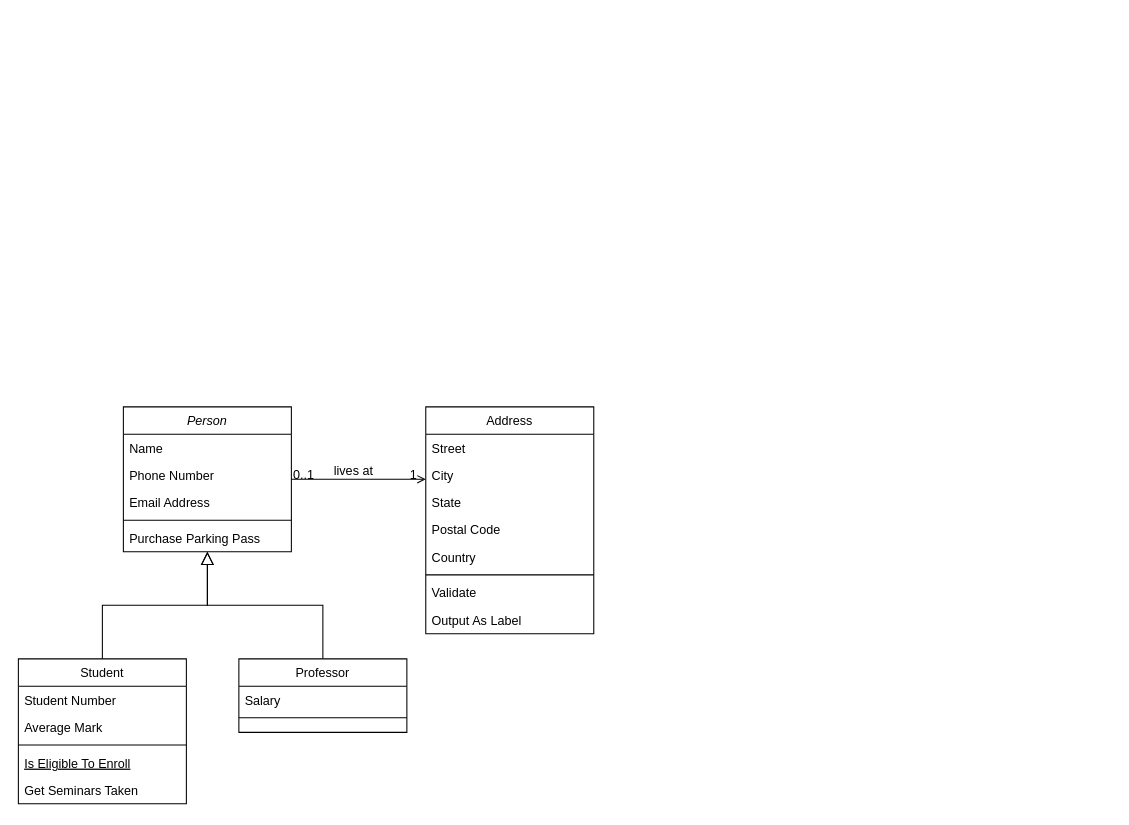
Earlier version of the draw.io diagram Untitled Diagram.drawio (hkulas/intro-to-github). Source tidied: cells renumbered, new cells numbered last; positions are measured from the earlier drawing's top-left corner, leaving out a move shared by most shapes. Both pictures are drawn from the tidied source at 105%, with x=0, y=0 at pixel (18, 406).
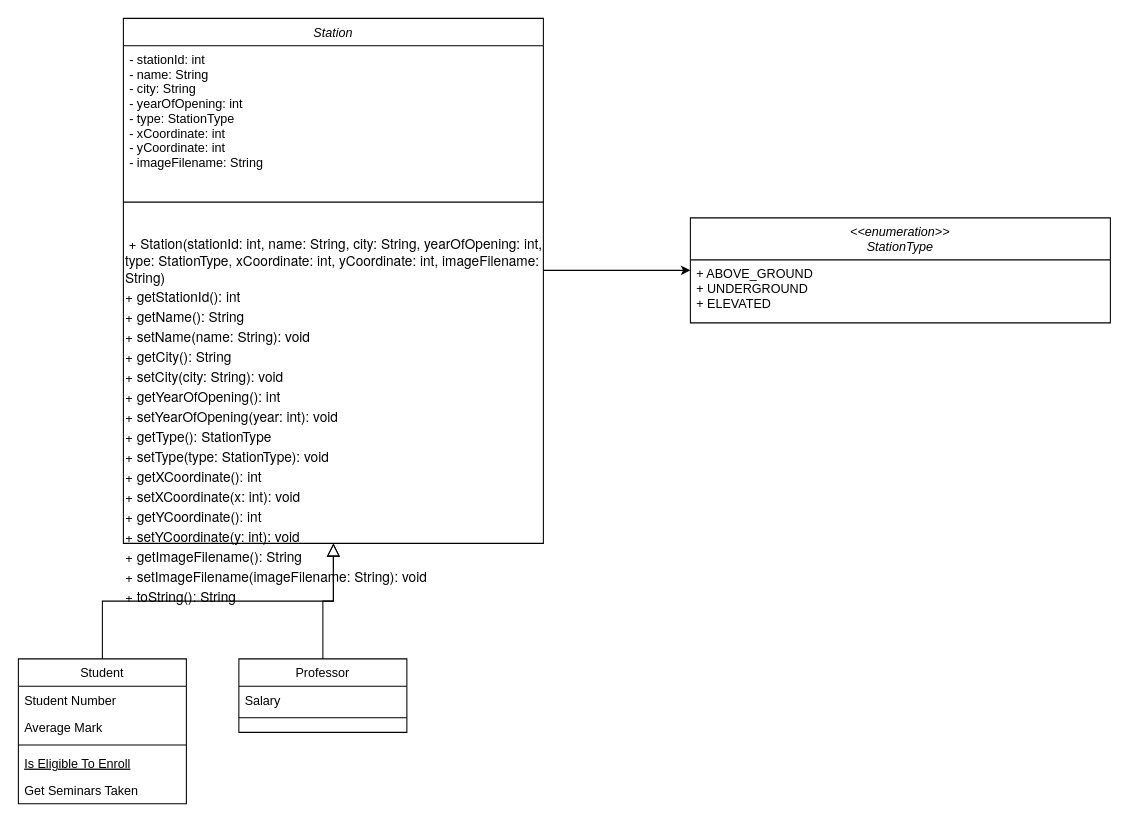
After the change.

What changed in the source:
```diff
@@
-    <mxCell id="2" value="Person" style="swimlane;fontStyle=2;align=center;verticalAlign=top;horizontal=1;startSize=26;rounded=0;shadow=0;strokeWidth=1;" parent="1" vertex="1">
-      <mxGeometry x="100" width="160" height="138" as="geometry" />
+    <mxCell id="2" value="Station" style="swimlane;fontStyle=2;align=center;verticalAlign=top;horizontal=1;startSize=26;rounded=0;shadow=0;strokeWidth=1;" parent="1" vertex="1">
+      <mxGeometry x="100" y="-370" width="400" height="500" as="geometry" />
     </mxCell>
-    <mxCell id="3" value="Name" style="text;align=left;verticalAlign=top;spacingLeft=4;spacingRight=4;overflow=hidden;" parent="2" vertex="1">
-      <mxGeometry y="26" width="160" height="26" as="geometry" />
+    <mxCell id="3" value="- stationId: int   &#10;- name: String   &#10;- city: String   &#10;- yearOfOpening: int   &#10;- type: StationType   &#10;- xCoordinate: int   &#10;- yCoordinate: int   &#10;- imageFilename: String" style="text;align=left;verticalAlign=top;spacingLeft=4;spacingRight=4;overflow=hidden;" parent="2" vertex="1">
+      <mxGeometry y="26" width="400" height="124" as="geometry" />
     </mxCell>
-    <mxCell id="4" value="Phone Number" style="text;align=left;verticalAlign=top;spacingLeft=4;spacingRight=4;overflow=hidden;rounded=0;shadow=0;html=0;" parent="2" vertex="1">
-      <mxGeometry y="52" width="160" height="26" as="geometry" />
-    </mxCell>
-    <mxCell id="5" value="Email Address" style="text;align=left;verticalAlign=top;spacingLeft=4;spacingRight=4;overflow=hidden;rounded=0;shadow=0;html=0;" parent="2" vertex="1">
-      <mxGeometry y="78" width="160" height="26" as="geometry" />
-    </mxCell>
-    <mxCell id="6" style="line;html=1;strokeWidth=1;align=left;verticalAlign=middle;spacingTop=-1;spacingLeft=3;spacingRight=3;labelPosition=right;" parent="2" vertex="1">
-      <mxGeometry y="104" width="160" height="8" as="geometry" />
-    </mxCell>
-    <mxCell id="7" value="Purchase Parking Pass" style="text;align=left;verticalAlign=top;spacingLeft=4;spacingRight=4;overflow=hidden;" parent="2" vertex="1">
-      <mxGeometry y="112" width="160" height="26" as="geometry" />
-    </mxCell>
+    <mxCell id="32" value="&lt;div style=&quot;forced-color-adjust: none; padding: 0px; margin: 0px;&quot;&gt;&lt;br style=&quot;forced-color-adjust: none; padding: 0px; margin: 0px; color: rgb(0, 0, 0); font-family: Helvetica; font-size: 12px; font-style: normal; font-variant-ligatures: normal; font-variant-caps: normal; font-weight: 400; letter-spacing: normal; orphans: 2; text-align: left; text-indent: 0px; text-transform: none; widows: 2; word-spacing: 0px; -webkit-text-stroke-width: 0px; white-space: nowrap; background-color: rgb(251, 251, 251); text-decoration-thickness: initial; text-decoration-style: initial; text-decoration-color: initial;&quot;&gt;&lt;/div&gt;" style="text;whiteSpace=wrap;html=1;" parent="2" vertex="1">
+      <mxGeometry y="150" width="400" as="geometry" />
+    </mxCell>
+    <mxCell id="33" style="line;html=1;strokeWidth=1;align=left;verticalAlign=middle;spacingTop=-1;spacingLeft=3;spacingRight=3;labelPosition=right;" parent="2" vertex="1">
+      <mxGeometry y="150" width="400" height="50" as="geometry" />
+    </mxCell>
+    <mxCell id="34" value="&amp;nbsp;&lt;span style=&quot;font-family: &amp;quot;Helvetica Neue&amp;quot;; font-size: 13px; background-color: initial;&quot;&gt;+ Station(stationId: int, name: String, city: String, yearOfOpening: int, type: StationType, xCoordinate: int, yCoordinate: int, imageFilename: String)&lt;/span&gt;&lt;span style=&quot;font-family: &amp;quot;Helvetica Neue&amp;quot;; font-size: 13px; background-color: initial;&quot; class=&quot;Apple-converted-space&quot;&gt;&amp;nbsp; &amp;nbsp;&lt;/span&gt;&lt;p style=&quot;margin: 0px; font-variant-numeric: normal; font-variant-east-asian: normal; font-variant-alternates: normal; font-kerning: auto; font-optical-sizing: auto; font-feature-settings: normal; font-variation-settings: normal; font-variant-position: normal; font-stretch: normal; font-size: 13px; line-height: normal; font-family: &amp;quot;Helvetica Neue&amp;quot;;&quot; class=&quot;p1&quot;&gt;+ getStationId(): int&lt;/p&gt;&lt;p style=&quot;margin: 0px; font-variant-numeric: normal; font-variant-east-asian: normal; font-variant-alternates: normal; font-kerning: auto; font-optical-sizing: auto; font-feature-settings: normal; font-variation-settings: normal; font-variant-position: normal; font-stretch: normal; font-size: 13px; line-height: normal; font-family: &amp;quot;Helvetica Neue&amp;quot;;&quot; class=&quot;p1&quot;&gt;+ getName(): String&lt;span class=&quot;Apple-converted-space&quot;&gt;&amp;nbsp;&lt;/span&gt;&lt;/p&gt;&lt;p style=&quot;margin: 0px; font-variant-numeric: normal; font-variant-east-asian: normal; font-variant-alternates: normal; font-kerning: auto; font-optical-sizing: auto; font-feature-settings: normal; font-variation-settings: normal; font-variant-position: normal; font-stretch: normal; font-size: 13px; line-height: normal; font-family: &amp;quot;Helvetica Neue&amp;quot;;&quot; class=&quot;p1&quot;&gt;+ setName(name: String): void &lt;span class=&quot;Apple-converted-space&quot;&gt;&amp;nbsp;&lt;/span&gt;&lt;/p&gt;&lt;p style=&quot;margin: 0px; font-variant-numeric: normal; font-variant-east-asian: normal; font-variant-alternates: normal; font-kerning: auto; font-optical-sizing: auto; font-feature-settings: normal; font-variation-settings: normal; font-variant-position: normal; font-stretch: normal; font-size: 13px; line-height: normal; font-family: &amp;quot;Helvetica Neue&amp;quot;;&quot; class=&quot;p1&quot;&gt;+ getCity(): String&lt;span class=&quot;Apple-converted-space&quot;&gt;&amp;nbsp; &amp;nbsp;&lt;/span&gt;&lt;/p&gt;&lt;p style=&quot;margin: 0px; font-variant-numeric: normal; font-variant-east-asian: normal; font-variant-alternates: normal; font-kerning: auto; font-optical-sizing: auto; font-feature-settings: normal; font-variation-settings: normal; font-variant-position: normal; font-stretch: normal; font-size: 13px; line-height: normal; font-family: &amp;quot;Helvetica Neue&amp;quot;;&quot; class=&quot;p1&quot;&gt;+ setCity(city: String): void&lt;span class=&quot;Apple-converted-space&quot;&gt;&amp;nbsp; &amp;nbsp;&lt;/span&gt;&lt;/p&gt;&lt;p style=&quot;margin: 0px; font-variant-numeric: normal; font-variant-east-asian: normal; font-variant-alternates: normal; font-kerning: auto; font-optical-sizing: auto; font-feature-settings: normal; font-variation-settings: normal; font-variant-position: normal; font-stretch: normal; font-size: 13px; line-height: normal; font-family: &amp;quot;Helvetica Neue&amp;quot;;&quot; class=&quot;p1&quot;&gt;+ getYearOfOpening(): int&lt;span class=&quot;Apple-converted-space&quot;&gt;&amp;nbsp; &amp;nbsp;&lt;/span&gt;&lt;/p&gt;&lt;p style=&quot;margin: 0px; font-variant-numeric: normal; font-variant-east-asian: normal; font-variant-alternates: normal; font-kerning: auto; font-optical-sizing: auto; font-feature-settings: normal; font-variation-settings: normal; font-variant-position: normal; font-stretch: normal; font-size: 13px; line-height: normal; font-family: &amp;quot;Helvetica Neue&amp;quot;;&quot; class=&quot;p1&quot;&gt;+ setYearOfOpening(year: int): void&lt;span class=&quot;Apple-converted-space&quot;&gt;&amp;nbsp; &amp;nbsp;&lt;/span&gt;&lt;/p&gt;&lt;p style=&quot;margin: 0px; font-variant-numeric: normal; font-variant-east-asian: normal; font-variant-alternates: normal; font-kerning: auto; font-optical-sizing: auto; font-feature-settings: normal; font-variation-settings: normal; font-variant-position: normal; font-stretch: normal; font-size: 13px; line-height: normal; font-family: &amp;quot;Helvetica Neue&amp;quot;;&quot; class=&quot;p1&quot;&gt;+ getType(): StationType&lt;span class=&quot;Apple-converted-space&quot;&gt;&amp;nbsp; &amp;nbsp;&lt;/span&gt;&lt;/p&gt;&lt;p style=&quot;margin: 0px; font-variant-numeric: normal; font-variant-east-asian: normal; font-variant-alternates: normal; font-kerning: auto; font-optical-sizing: auto; font-feature-settings: normal; font-variation-settings: normal; font-variant-position: normal; font-stretch: normal; font-size: 13px; line-height: normal; font-family: &amp;quot;Helvetica Neue&amp;quot;;&quot; class=&quot;p1&quot;&gt;+ setType(type: StationType): void&lt;span class=&quot;Apple-converted-space&quot;&gt;&amp;nbsp; &amp;nbsp;&lt;/span&gt;&lt;/p&gt;&lt;p style=&quot;margin: 0px; font-variant-numeric: normal; font-variant-east-asian: normal; font-variant-alternates: normal; font-kerning: auto; font-optical-sizing: auto; font-feature-settings: normal; font-variation-settings: normal; font-variant-position: normal; font-stretch: normal; font-size: 13px; line-height: normal; font-family: &amp;quot;Helvetica Neue&amp;quot;;&quot; class=&quot;p1&quot;&gt;+ getXCoordinate(): int&lt;span class=&quot;Apple-converted-space&quot;&gt;&amp;nbsp; &amp;nbsp;&lt;/span&gt;&lt;/p&gt;&lt;p style=&quot;margin: 0px; font-variant-numeric: normal; font-variant-east-asian: normal; font-variant-alternates: normal; font-kerning: auto; font-optical-sizing: auto; font-feature-settings: normal; font-variation-settings: normal; font-variant-position: normal; font-stretch: normal; font-size: 13px; line-height: normal; font-family: &amp;quot;Helvetica Neue&amp;quot;;&quot; class=&quot;p1&quot;&gt;+ setXCoordinate(x: int): void&lt;span class=&quot;Apple-converted-space&quot;&gt;&amp;nbsp; &amp;nbsp;&lt;/span&gt;&lt;/p&gt;&lt;p style=&quot;margin: 0px; font-variant-numeric: normal; font-variant-east-asian: normal; font-variant-alternates: normal; font-kerning: auto; font-optical-sizing: auto; font-feature-settings: normal; font-variation-settings: normal; font-variant-position: normal; font-stretch: normal; font-size: 13px; line-height: normal; font-family: &amp;quot;Helvetica Neue&amp;quot;;&quot; class=&quot;p1&quot;&gt;+ getYCoordinate(): int&lt;span class=&quot;Apple-converted-space&quot;&gt;&amp;nbsp; &amp;nbsp;&lt;/span&gt;&lt;/p&gt;&lt;p style=&quot;margin: 0px; font-variant-numeric: normal; font-variant-east-asian: normal; font-variant-alternates: normal; font-kerning: auto; font-optical-sizing: auto; font-feature-settings: normal; font-variation-settings: normal; font-variant-position: normal; font-stretch: normal; font-size: 13px; line-height: normal; font-family: &amp;quot;Helvetica Neue&amp;quot;;&quot; class=&quot;p1&quot;&gt;+ setYCoordinate(y: int): void&lt;span class=&quot;Apple-converted-space&quot;&gt;&amp;nbsp; &amp;nbsp;&lt;/span&gt;&lt;/p&gt;&lt;p style=&quot;margin: 0px; font-variant-numeric: normal; font-variant-east-asian: normal; font-variant-alternates: normal; font-kerning: auto; font-optical-sizing: auto; font-feature-settings: normal; font-variation-settings: normal; font-variant-position: normal; font-stretch: normal; font-size: 13px; line-height: normal; font-family: &amp;quot;Helvetica Neue&amp;quot;;&quot; class=&quot;p1&quot;&gt;+ getImageFilename(): String&lt;span class=&quot;Apple-converted-space&quot;&gt;&amp;nbsp; &amp;nbsp;&lt;/span&gt;&lt;/p&gt;&lt;p style=&quot;margin: 0px; font-variant-numeric: normal; font-variant-east-asian: normal; font-variant-alternates: normal; font-kerning: auto; font-optical-sizing: auto; font-feature-settings: normal; font-variation-settings: normal; font-variant-position: normal; font-stretch: normal; font-size: 13px; line-height: normal; font-family: &amp;quot;Helvetica Neue&amp;quot;;&quot; class=&quot;p1&quot;&gt;+ setImageFilename(imageFilename: String): void&lt;span class=&quot;Apple-converted-space&quot;&gt;&amp;nbsp; &amp;nbsp;&lt;/span&gt;&lt;/p&gt;&lt;p style=&quot;margin: 0px; font-variant-numeric: normal; font-variant-east-asian: normal; font-variant-alternates: normal; font-kerning: auto; font-optical-sizing: auto; font-feature-settings: normal; font-variation-settings: normal; font-variant-position: normal; font-stretch: normal; font-size: 13px; line-height: normal; font-family: &amp;quot;Helvetica Neue&amp;quot;;&quot; class=&quot;p1&quot;&gt;+ toString(): String&lt;/p&gt;" style="text;whiteSpace=wrap;html=1;" parent="2" vertex="1">
+      <mxGeometry y="200" width="400" height="300" as="geometry" />
+    </mxCell>
@@
-    <mxCell id="19" value="Address" style="swimlane;fontStyle=0;align=center;verticalAlign=top;horizontal=1;startSize=26;rounded=0;shadow=0;strokeWidth=1;" parent="1" vertex="1">
-      <mxGeometry x="388" width="160" height="216" as="geometry" />
-    </mxCell>
-    <mxCell id="20" value="Street" style="text;align=left;verticalAlign=top;spacingLeft=4;spacingRight=4;overflow=hidden;" parent="19" vertex="1">
-      <mxGeometry y="26" width="160" height="26" as="geometry" />
-    </mxCell>
-    <mxCell id="21" value="City" style="text;align=left;verticalAlign=top;spacingLeft=4;spacingRight=4;overflow=hidden;rounded=0;shadow=0;html=0;" parent="19" vertex="1">
-      <mxGeometry y="52" width="160" height="26" as="geometry" />
-    </mxCell>
-    <mxCell id="22" value="State" style="text;align=left;verticalAlign=top;spacingLeft=4;spacingRight=4;overflow=hidden;rounded=0;shadow=0;html=0;" parent="19" vertex="1">
-      <mxGeometry y="78" width="160" height="26" as="geometry" />
-    </mxCell>
-    <mxCell id="23" value="Postal Code" style="text;align=left;verticalAlign=top;spacingLeft=4;spacingRight=4;overflow=hidden;rounded=0;shadow=0;html=0;" parent="19" vertex="1">
-      <mxGeometry y="104" width="160" height="26" as="geometry" />
-    </mxCell>
-    <mxCell id="24" value="Country" style="text;align=left;verticalAlign=top;spacingLeft=4;spacingRight=4;overflow=hidden;rounded=0;shadow=0;html=0;" parent="19" vertex="1">
-      <mxGeometry y="130" width="160" height="26" as="geometry" />
-    </mxCell>
-    <mxCell id="25" style="line;html=1;strokeWidth=1;align=left;verticalAlign=middle;spacingTop=-1;spacingLeft=3;spacingRight=3;labelPosition=right;" parent="19" vertex="1">
-      <mxGeometry y="156" width="160" height="8" as="geometry" />
-    </mxCell>
-    <mxCell id="26" value="Validate" style="text;align=left;verticalAlign=top;spacingLeft=4;spacingRight=4;overflow=hidden;" parent="19" vertex="1">
-      <mxGeometry y="164" width="160" height="26" as="geometry" />
-    </mxCell>
-    <mxCell id="27" value="Output As Label" style="text;align=left;verticalAlign=top;spacingLeft=4;spacingRight=4;overflow=hidden;" parent="19" vertex="1">
-      <mxGeometry y="190" width="160" height="26" as="geometry" />
-    </mxCell>
-    <mxCell id="28" style="endArrow=open;shadow=0;strokeWidth=1;rounded=0;curved=0;endFill=1;edgeStyle=elbowEdgeStyle;elbow=vertical;" parent="1" edge="1" source="2" target="19">
-      <mxGeometry x="0.5" y="41" relative="1" as="geometry">
-        <mxPoint x="-40" y="32" as="offset" />
-      </mxGeometry>
-    </mxCell>
-    <mxCell id="29" value="0..1" style="align=left;verticalAlign=bottom;labelBackgroundColor=none;fontSize=12;" parent="28" vertex="1">
-      <mxGeometry x="-1" relative="1" as="geometry">
-        <mxPoint y="4" as="offset" />
-      </mxGeometry>
-    </mxCell>
-    <mxCell id="30" value="1" style="align=right;verticalAlign=bottom;labelBackgroundColor=none;fontSize=12;" parent="28" vertex="1">
-      <mxGeometry x="1" relative="1" as="geometry">
-        <mxPoint x="-7" y="4" as="offset" />
-      </mxGeometry>
-    </mxCell>
-    <mxCell id="31" value="lives at" style="text;html=1;align=center;verticalAlign=middle;labelBackgroundColor=none;rounded=0;shadow=0;strokeWidth=1;fontSize=12;" parent="28" vertex="1">
-      <mxGeometry x="0.5" y="49" relative="1" as="geometry">
-        <mxPoint x="-38" y="40" as="offset" />
-      </mxGeometry>
-    </mxCell>
+    <mxCell id="35" value="&lt;&lt;enumeration&gt;&gt;&#10;StationType" style="swimlane;fontStyle=2;align=center;verticalAlign=top;horizontal=1;startSize=40;rounded=0;shadow=0;strokeWidth=1;" parent="1" vertex="1">
+      <mxGeometry x="640" y="-180" width="400" height="100" as="geometry" />
+    </mxCell>
+    <mxCell id="36" value="+ ABOVE_GROUND&#10;+ UNDERGROUND&#10;+ ELEVATED" style="text;align=left;verticalAlign=top;spacingLeft=4;spacingRight=4;overflow=hidden;" parent="35" vertex="1">
+      <mxGeometry y="40" width="400" height="60" as="geometry" />
+    </mxCell>
+    <mxCell id="37" value="&lt;div style=&quot;forced-color-adjust: none; padding: 0px; margin: 0px;&quot;&gt;&lt;br style=&quot;forced-color-adjust: none; padding: 0px; margin: 0px; color: rgb(0, 0, 0); font-family: Helvetica; font-size: 12px; font-style: normal; font-variant-ligatures: normal; font-variant-caps: normal; font-weight: 400; letter-spacing: normal; orphans: 2; text-align: left; text-indent: 0px; text-transform: none; widows: 2; word-spacing: 0px; -webkit-text-stroke-width: 0px; white-space: nowrap; background-color: rgb(251, 251, 251); text-decoration-thickness: initial; text-decoration-style: initial; text-decoration-color: initial;&quot;&gt;&lt;/div&gt;" style="text;whiteSpace=wrap;html=1;" parent="35" vertex="1">
+      <mxGeometry y="100" width="400" as="geometry" />
+    </mxCell>
+    <mxCell id="38" style="endArrow=classic;html=1;rounded=0;endFill=1;" parent="1" edge="1">
+      <mxGeometry relative="1" as="geometry">
+        <mxPoint x="500" y="-130" as="sourcePoint" />
+        <mxPoint x="640" y="-130" as="targetPoint" />
+        <Array as="points">
+          <mxPoint x="610" y="-130" />
+        </Array>
+      </mxGeometry>
+    </mxCell>
```
